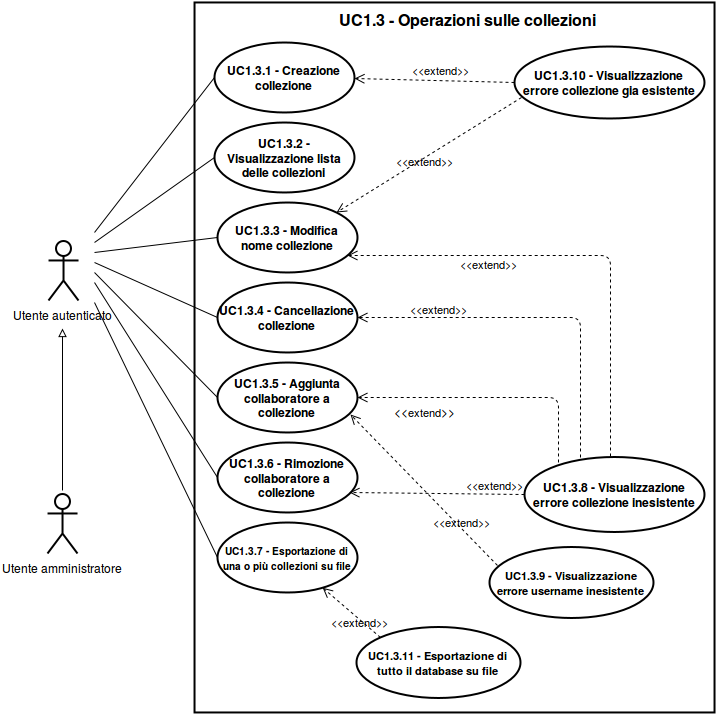
Earlier version of the draw.io export img/UseCases/UC1_3.png (ScalateKids/Actorbase-Documents). Source tidied: cells renumbered, new cells last; positions are measured from the earlier drawing's top-left corner, leaving out a move shared by most shapes.
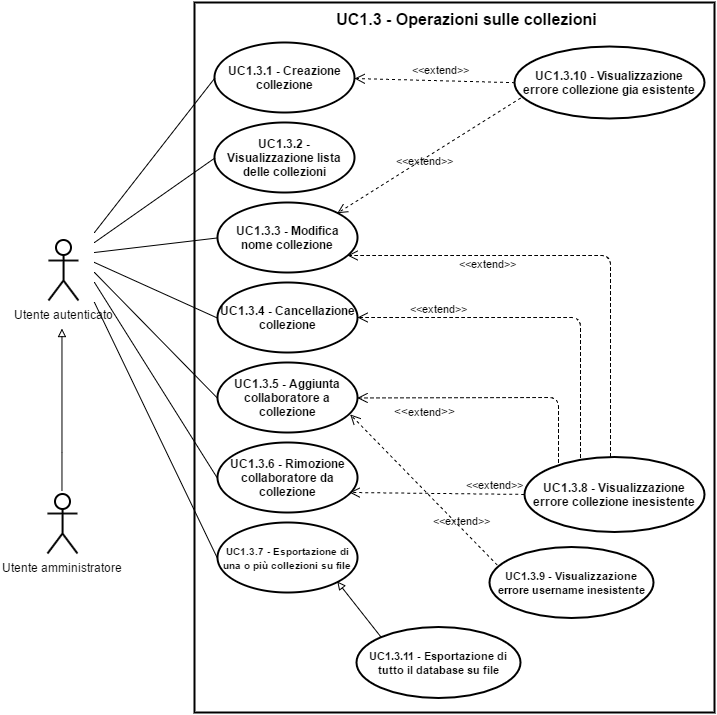
The same file after the commit.

Diff of the diagram source:
```diff
@@ -20,24 +20,24 @@
     <mxCell id="7" value="&lt;b&gt;UC1.3.5 - Aggiunta collaboratore a collezione&lt;/b&gt;" style="ellipse;whiteSpace=wrap;html=1;shadow=0;glass=0;strokeWidth=2;fillColor=none;" parent="1" vertex="1">
       <mxGeometry x="170" y="360" width="140" height="70" as="geometry" />
     </mxCell>
-    <mxCell id="8" value="&lt;b&gt;UC1.3.6 - Rimozione collaboratore a collezione&lt;/b&gt;" style="ellipse;whiteSpace=wrap;html=1;shadow=0;glass=0;strokeWidth=2;fillColor=none;" parent="1" vertex="1">
+    <mxCell id="8" value="&lt;b&gt;UC1.3.6 - Rimozione collaboratore da collezione&lt;/b&gt;" style="ellipse;whiteSpace=wrap;html=1;shadow=0;glass=0;strokeWidth=2;fillColor=none;" parent="1" vertex="1">
       <mxGeometry x="170" y="440" width="140" height="70" as="geometry" />
     </mxCell>
     <mxCell id="9" value="&lt;b&gt;UC1.3.1 - Creazione collezione&lt;/b&gt;" style="ellipse;whiteSpace=wrap;html=1;shadow=0;glass=0;strokeWidth=2;fillColor=none;" parent="1" vertex="1">
       <mxGeometry x="167" y="40" width="140" height="70" as="geometry" />
     </mxCell>
     <mxCell id="10" style="endArrow=none;html=1;entryX=0;entryY=0.5;" parent="1" edge="1" target="9">
-      <mxGeometry x="450" y="-745" as="geometry">
+      <mxGeometry x="450" y="-744.5" as="geometry">
         <mxPoint x="47" y="230" as="sourcePoint" />
       </mxGeometry>
     </mxCell>
     <mxCell id="11" style="endArrow=none;html=1;entryX=0;entryY=0.5;" parent="1" edge="1" target="4">
-      <mxGeometry x="450" y="-665" as="geometry">
+      <mxGeometry x="450" y="-664.5" as="geometry">
         <mxPoint x="47" y="240" as="sourcePoint" />
       </mxGeometry>
     </mxCell>
     <mxCell id="12" style="endArrow=none;html=1;entryX=0;entryY=0.5;" parent="1" edge="1" target="5">
-      <mxGeometry x="450" y="-585" as="geometry">
+      <mxGeometry x="450" y="-584.5" as="geometry">
         <mxPoint x="47" y="250" as="sourcePoint" />
       </mxGeometry>
     </mxCell>
@@ -60,7 +60,7 @@
       <mxGeometry x="284" y="4" width="270" height="25" as="geometry" />
     </mxCell>
     <mxCell id="17" style="edgeStyle=orthogonalEdgeStyle;rounded=0;html=1;exitX=0.5;exitY=0.5;exitPerimeter=0;entryX=0.5;entryY=0.5;entryPerimeter=0;jettySize=auto;orthogonalLoop=1;" parent="1" edge="1" source="3" target="3">
-      <mxGeometry x="419" y="-552" as="geometry" />
+      <mxGeometry x="418.6" y="-551.6" as="geometry" />
     </mxCell>
     <mxCell id="18" value="&lt;b&gt;UC1.3.10 - Visualizzazione errore collezione gia esistente&lt;/b&gt;" style="ellipse;whiteSpace=wrap;html=1;shadow=0;glass=0;strokeWidth=2;fillColor=none;" parent="1" vertex="1">
       <mxGeometry x="467" y="44" width="190" height="72" as="geometry" />
@@ -94,7 +94,7 @@
       </mxGeometry>
     </mxCell>
     <mxCell id="24" value="&lt;font style=&quot;font-size: 11px&quot;&gt;&amp;lt;&amp;lt;extend&amp;gt;&amp;gt;&lt;/font&gt;" style="html=1;verticalAlign=bottom;endArrow=open;dashed=1;endSize=8;strokeWidth=1;exitX=0.036;exitY=0.71;entryX=1;entryY=0;exitPerimeter=0;labelBackgroundColor=none;" parent="1" edge="1" source="18" target="5">
-      <mxGeometry x="692" y="-725" as="geometry" />
+      <mxGeometry x="692.8" y="-724.5" as="geometry" />
     </mxCell>
     <mxCell id="25" value="&lt;font style=&quot;font-size: 11px&quot;&gt;&lt;b&gt;UC1.3.9 - Visualizzazione errore username inesistente&lt;/b&gt;&lt;/font&gt;" style="ellipse;whiteSpace=wrap;html=1;shadow=0;glass=0;strokeWidth=2;fillColor=none;" parent="1" vertex="1">
       <mxGeometry x="442" y="544" width="164" height="71" as="geometry" />
@@ -130,19 +130,21 @@
     <mxCell id="31" value="&lt;font style=&quot;font-size: 11px&quot;&gt;&lt;b&gt;UC1.3.11 - Esportazione di tutto il database su file&lt;/b&gt;&lt;/font&gt;" style="ellipse;whiteSpace=wrap;html=1;shadow=0;glass=0;strokeWidth=2;fillColor=none;" parent="1" vertex="1">
       <mxGeometry x="309" y="624" width="164" height="71" as="geometry" />
     </mxCell>
-    <mxCell id="32" value="&lt;font style=&quot;font-size: 11px&quot;&gt;&amp;lt;&amp;lt;extend&amp;gt;&amp;gt;&lt;/font&gt;" style="html=1;verticalAlign=bottom;endArrow=open;dashed=1;endSize=8;strokeWidth=1;exitX=0;exitY=0;labelBackgroundColor=none;" parent="1" edge="1" source="31" target="29">
-      <mxGeometry x="-40" y="60" as="geometry">
-        <mxPoint x="8" y="18" as="offset" />
-      </mxGeometry>
+    <mxCell id="32" value="Utente amministratore" style="shape=umlActor;verticalLabelPosition=bottom;labelBackgroundColor=#ffffff;verticalAlign=top;html=1;shadow=0;glass=0;strokeWidth=2;fillColor=none;" parent="1" vertex="1">
+      <mxGeometry y="491" width="30" height="60" as="geometry" />
     </mxCell>
-    <mxCell id="33" value="Utente amministratore" style="shape=umlActor;verticalLabelPosition=bottom;labelBackgroundColor=#ffffff;verticalAlign=top;html=1;shadow=0;glass=0;strokeWidth=2;fillColor=none;" parent="1" vertex="1">
-      <mxGeometry y="491" width="30" height="60" as="geometry" />
+    <mxCell id="33" style="edgeStyle=orthogonalEdgeStyle;rounded=0;html=1;endArrow=block;endFill=0;jettySize=auto;orthogonalLoop=1;strokeWidth=1;fontSize=11;" parent="1" edge="1">
+      <mxGeometry x="417.5" y="-493.9" as="geometry">
+        <mxPoint x="14.5" y="488.4" as="sourcePoint" />
+        <mxPoint x="14.5" y="326.1" as="targetPoint" />
+        <Array as="points">
+          <mxPoint x="15" y="450" />
+          <mxPoint x="15" y="450" />
+        </Array>
+      </mxGeometry>
     </mxCell>
-    <mxCell id="34" style="edgeStyle=orthogonalEdgeStyle;rounded=0;html=1;endArrow=block;endFill=0;jettySize=auto;orthogonalLoop=1;strokeWidth=1;fontSize=11;" parent="1" edge="1">
-      <mxGeometry x="418" y="-494" as="geometry">
-        <mxPoint x="15" y="488" as="sourcePoint" />
-        <mxPoint x="15" y="326" as="targetPoint" />
-      </mxGeometry>
+    <mxCell id="34" style="endArrow=block;html=1;strokeWidth=1;fillColor=#000000;fontSize=20;exitX=0;exitY=0;endFill=0;entryX=1;entryY=1;" parent="1" edge="1" source="31" target="29">
+      <mxGeometry x="1497.5" y="-38.1" as="geometry" />
     </mxCell>
   </root>
 </mxGraphModel>
```
